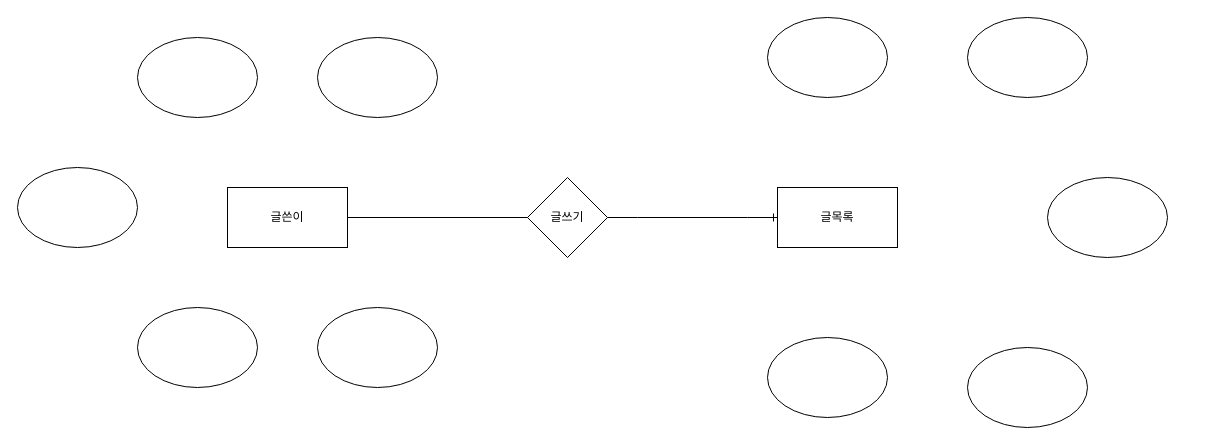
Kimjongwon1/mariaDB_syntax keeps this draw.io diagram as basic/erd_board.drawio. Above is the earlier version. Source tidied: cells renumbered, new cells numbered last; positions are measured from the earlier drawing's top-left corner, leaving out a move shared by most shapes. Both pictures are drawn from the tidied source at 100%, with x=0, y=0 at pixel (17, 17).
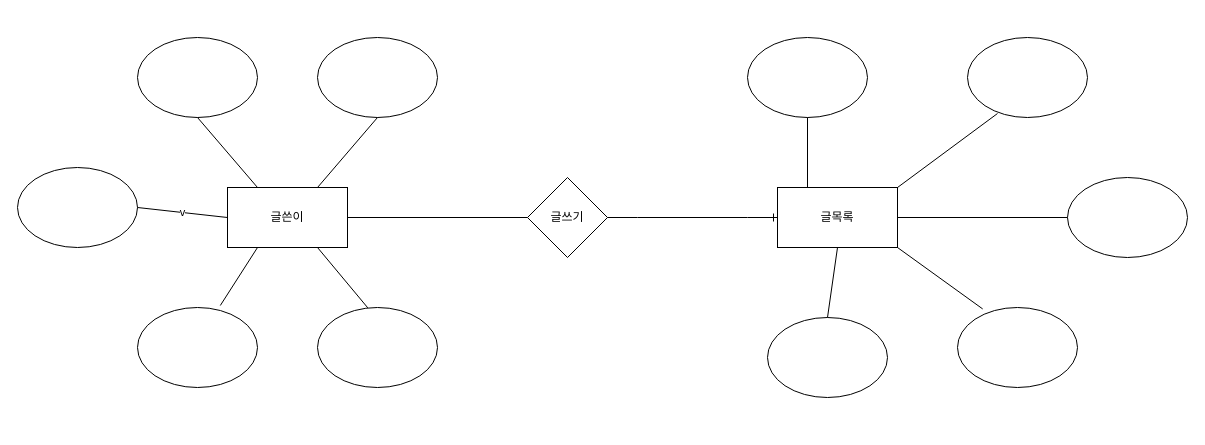
The same page after the edit.

The change refers to these unchanged cells:
```xml
<mxCell id="2" style="rounded=0;whiteSpace=wrap;html=1;" parent="1" vertex="1">
  <mxGeometry x="210" y="170" width="120" height="60" as="geometry" />
</mxCell>
<mxCell id="4" style="rounded=0;whiteSpace=wrap;html=1;" parent="1" vertex="1">
  <mxGeometry x="760" y="170" width="120" height="60" as="geometry" />
</mxCell>
<mxCell id="5" style="ellipse;whiteSpace=wrap;html=1;" parent="1" vertex="1">
  <mxGeometry x="300" y="290" width="120" height="80" as="geometry" />
</mxCell>
<mxCell id="6" style="ellipse;whiteSpace=wrap;html=1;" parent="1" vertex="1">
  <mxGeometry x="120" y="290" width="120" height="80" as="geometry" />
</mxCell>
<mxCell id="7" style="ellipse;whiteSpace=wrap;html=1;" parent="1" vertex="1">
  <mxGeometry y="150" width="120" height="80" as="geometry" />
</mxCell>
<mxCell id="8" style="ellipse;whiteSpace=wrap;html=1;" parent="1" vertex="1">
  <mxGeometry x="120" y="20" width="120" height="80" as="geometry" />
</mxCell>
<mxCell id="9" style="ellipse;whiteSpace=wrap;html=1;" parent="1" vertex="1">
  <mxGeometry x="300" y="20" width="120" height="80" as="geometry" />
</mxCell>
```

The edit, as a diff of the source:
```diff
@@
     <mxCell id="12" style="ellipse;whiteSpace=wrap;html=1;" parent="1" vertex="1">
-      <mxGeometry x="1030" y="160" width="120" height="80" as="geometry" />
+      <mxGeometry x="1050" y="160" width="120" height="80" as="geometry" />
     </mxCell>
     <mxCell id="13" style="ellipse;whiteSpace=wrap;html=1;" parent="1" vertex="1">
-      <mxGeometry x="750" width="120" height="80" as="geometry" />
+      <mxGeometry x="730" y="20" width="120" height="80" as="geometry" />
     </mxCell>
     <mxCell id="14" style="ellipse;whiteSpace=wrap;html=1;" parent="1" vertex="1">
-      <mxGeometry x="750" y="320" width="120" height="80" as="geometry" />
+      <mxGeometry x="750" y="300" width="120" height="80" as="geometry" />
     </mxCell>
     <mxCell id="15" style="ellipse;whiteSpace=wrap;html=1;" parent="1" vertex="1">
-      <mxGeometry x="950" width="120" height="80" as="geometry" />
+      <mxGeometry x="950" y="20" width="120" height="80" as="geometry" />
     </mxCell>
     <mxCell id="16" style="ellipse;whiteSpace=wrap;html=1;" parent="1" vertex="1">
-      <mxGeometry x="950" y="330" width="120" height="80" as="geometry" />
+      <mxGeometry x="940" y="290" width="120" height="80" as="geometry" />
     </mxCell>
@@
+    <mxCell id="20" style="endArrow=none;html=1;rounded=0;entryX=0.5;entryY=1;entryDx=0;entryDy=0;exitX=0.75;exitY=0;exitDx=0;exitDy=0;" parent="1" edge="1" source="2" target="9">
+      <mxGeometry relative="1" as="geometry" />
+    </mxCell>
+    <mxCell id="21" style="endArrow=none;html=1;rounded=0;entryX=0.5;entryY=1;entryDx=0;entryDy=0;exitX=0.25;exitY=0;exitDx=0;exitDy=0;" parent="1" edge="1" source="2" target="8">
+      <mxGeometry relative="1" as="geometry" />
+    </mxCell>
+    <mxCell id="22" value="v" style="endArrow=none;html=1;rounded=0;entryX=1;entryY=0.5;entryDx=0;entryDy=0;exitX=0;exitY=0.5;exitDx=0;exitDy=0;" parent="1" edge="1" source="2" target="7">
+      <mxGeometry relative="1" as="geometry" />
+    </mxCell>
+    <mxCell id="23" style="endArrow=none;html=1;rounded=0;entryX=0.69;entryY=-0.025;entryDx=0;entryDy=0;exitX=0.25;exitY=1;exitDx=0;exitDy=0;entryPerimeter=0;" parent="1" edge="1" source="2" target="6">
+      <mxGeometry relative="1" as="geometry" />
+    </mxCell>
+    <mxCell id="24" style="endArrow=none;html=1;rounded=0;entryX=0.419;entryY=0.004;entryDx=0;entryDy=0;exitX=0.75;exitY=1;exitDx=0;exitDy=0;entryPerimeter=0;" parent="1" edge="1" source="2" target="5">
+      <mxGeometry relative="1" as="geometry" />
+    </mxCell>
+    <mxCell id="25" style="endArrow=none;html=1;rounded=0;entryX=0.5;entryY=1;entryDx=0;entryDy=0;exitX=0.25;exitY=0;exitDx=0;exitDy=0;" parent="1" edge="1" source="4" target="13">
+      <mxGeometry relative="1" as="geometry" />
+    </mxCell>
+    <mxCell id="26" style="endArrow=none;html=1;rounded=0;entryX=0.25;entryY=0.95;entryDx=0;entryDy=0;exitX=1;exitY=0;exitDx=0;exitDy=0;entryPerimeter=0;" parent="1" edge="1" source="4" target="15">
+      <mxGeometry relative="1" as="geometry" />
+    </mxCell>
+    <mxCell id="27" style="endArrow=none;html=1;rounded=0;entryX=0;entryY=0.5;entryDx=0;entryDy=0;exitX=1;exitY=0.5;exitDx=0;exitDy=0;" parent="1" edge="1" source="4" target="12">
+      <mxGeometry relative="1" as="geometry" />
+    </mxCell>
+    <mxCell id="28" style="endArrow=none;html=1;rounded=0;entryX=0.21;entryY=0.018;entryDx=0;entryDy=0;exitX=1;exitY=1;exitDx=0;exitDy=0;entryPerimeter=0;" parent="1" edge="1" source="4" target="16">
+      <mxGeometry relative="1" as="geometry" />
+    </mxCell>
+    <mxCell id="29" style="endArrow=none;html=1;rounded=0;entryX=0.5;entryY=0;entryDx=0;entryDy=0;exitX=0.5;exitY=1;exitDx=0;exitDy=0;" parent="1" edge="1" source="4" target="14">
+      <mxGeometry relative="1" as="geometry" />
+    </mxCell>
```
